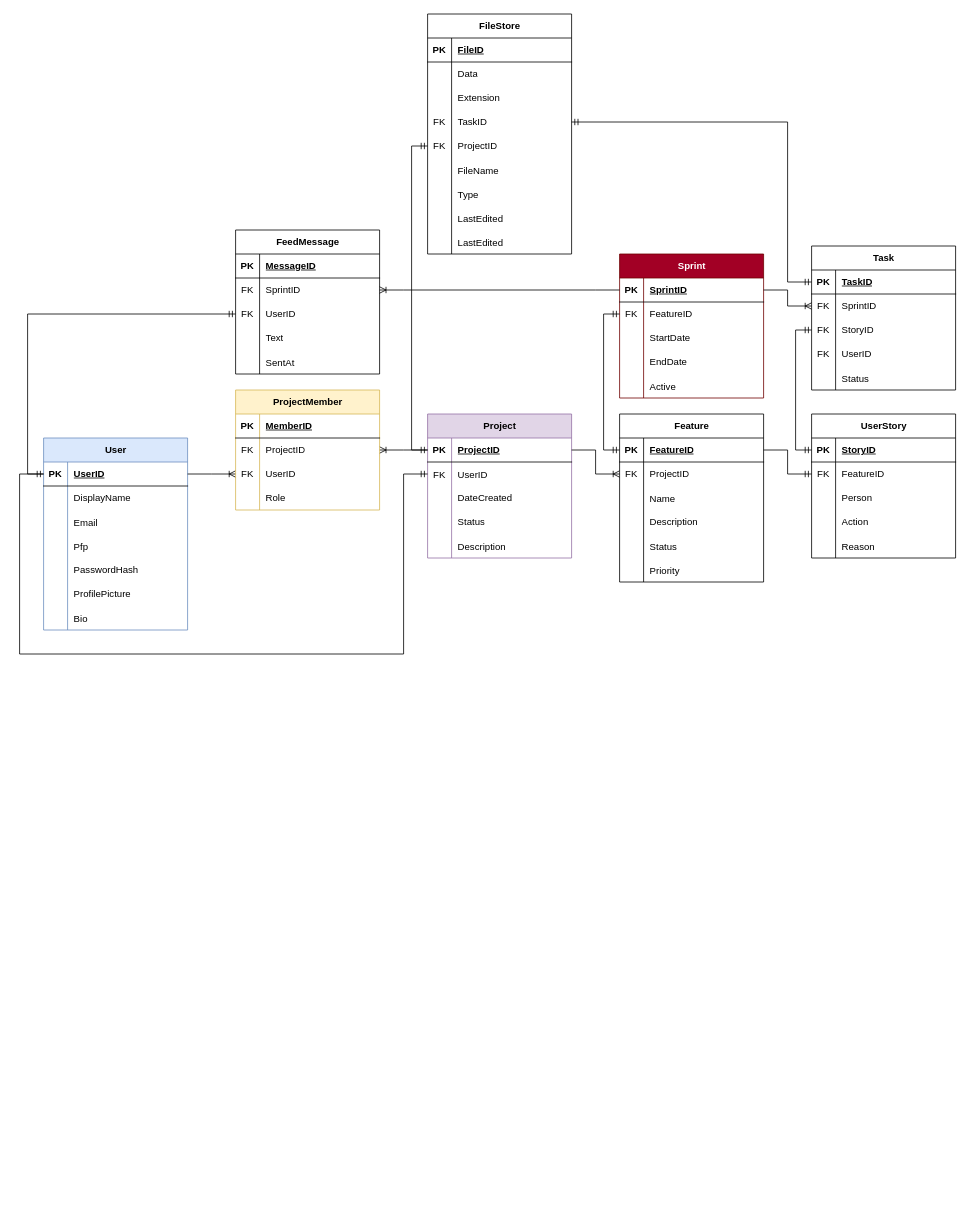
Above: ScrumManagementApp_ER_Diagram.drawio in JayrodHarv/DumbScrum (draw.io), before the change. Source tidied: cells renumbered, new cells numbered last; positions are measured from the earlier drawing's top-left corner, leaving out a move shared by most shapes. Both pictures are drawn from the tidied source at 80%, with x=0, y=0 at pixel (19, 14).
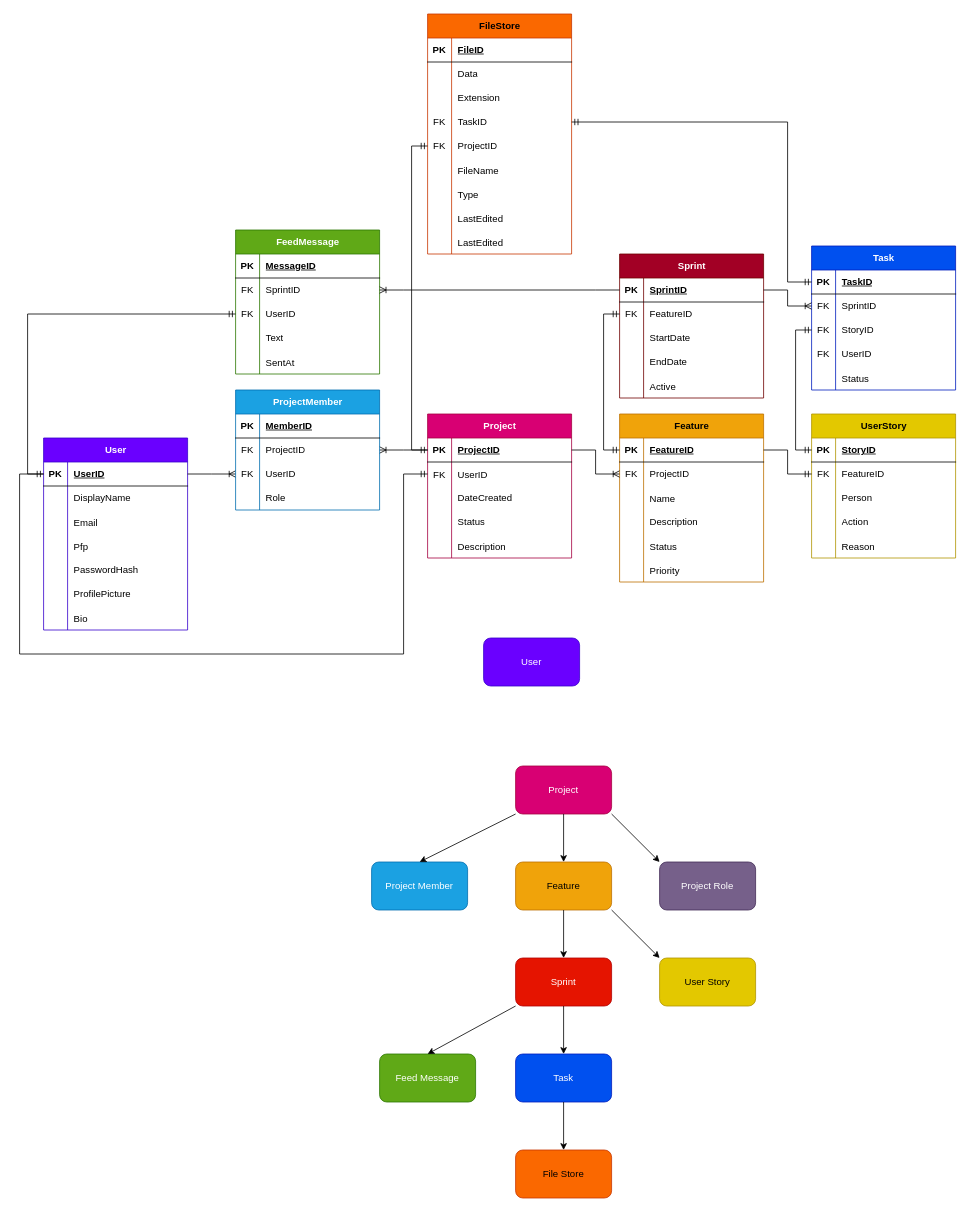
Above is the later version.

The edit, as a diff of the source:
```diff
@@
-    <mxCell id="2" value="User" style="shape=table;startSize=30;childLayout=tableLayout;rowLines=0;fontStyle=1;align=center;html=1;fillColor=#dae8fc;strokeColor=#6c8ebf;" parent="1" vertex="1">
+    <mxCell id="2" value="User" style="shape=table;startSize=30;childLayout=tableLayout;rowLines=0;fontStyle=1;align=center;html=1;fillColor=#6a00ff;strokeColor=#3700CC;fontColor=#ffffff;" parent="1" vertex="1">
       <mxGeometry x="30" y="530" width="180" height="240" as="geometry" />
     </mxCell>
@@
-    <mxCell id="24" value="Project" style="shape=table;startSize=30;childLayout=tableLayout;rowLines=0;fontStyle=1;align=center;html=1;fillColor=#e1d5e7;strokeColor=#9673a6;" parent="1" vertex="1">
+    <mxCell id="24" value="Project" style="shape=table;startSize=30;childLayout=tableLayout;rowLines=0;fontStyle=1;align=center;html=1;fillColor=#d80073;strokeColor=#A50040;fontColor=#ffffff;" parent="1" vertex="1">
       <mxGeometry x="510" y="500" width="180" height="180" as="geometry" />
     </mxCell>
@@
-    <mxCell id="58" value="ProjectMember" style="shape=table;startSize=30;childLayout=tableLayout;rowLines=0;fontStyle=1;align=center;html=1;fillColor=#fff2cc;strokeColor=#d6b656;" parent="1" vertex="1">
+    <mxCell id="58" value="ProjectMember" style="shape=table;startSize=30;childLayout=tableLayout;rowLines=0;fontStyle=1;align=center;html=1;fillColor=#1ba1e2;strokeColor=#006EAF;fontColor=#ffffff;" parent="1" vertex="1">
       <mxGeometry x="270" y="470" width="180" height="150" as="geometry" />
     </mxCell>
@@
-    <mxCell id="71" value="Task" style="shape=table;startSize=30;childLayout=tableLayout;rowLines=0;fontStyle=1;align=center;html=1;" parent="1" vertex="1">
+    <mxCell id="71" value="Task" style="shape=table;startSize=30;childLayout=tableLayout;rowLines=0;fontStyle=1;align=center;html=1;fillColor=#0050ef;strokeColor=#001DBC;fontColor=#ffffff;" parent="1" vertex="1">
       <mxGeometry x="990" y="290" width="180" height="180" as="geometry" />
     </mxCell>
@@
-    <mxCell id="87" value="Feature" style="shape=table;startSize=30;childLayout=tableLayout;rowLines=0;fontStyle=1;align=center;html=1;" parent="1" vertex="1">
+    <mxCell id="87" value="Feature" style="shape=table;startSize=30;childLayout=tableLayout;rowLines=0;fontStyle=1;align=center;html=1;fillColor=#f0a30a;fontColor=#000000;strokeColor=#BD7000;" parent="1" vertex="1">
       <mxGeometry x="750" y="500" width="180" height="210" as="geometry" />
     </mxCell>
@@
-    <mxCell id="106" value="FeedMessage" style="shape=table;startSize=30;childLayout=tableLayout;rowLines=0;fontStyle=1;align=center;html=1;" parent="1" vertex="1">
+    <mxCell id="106" value="FeedMessage" style="shape=table;startSize=30;childLayout=tableLayout;rowLines=0;fontStyle=1;align=center;html=1;fillColor=#60a917;fontColor=#ffffff;strokeColor=#2D7600;" parent="1" vertex="1">
       <mxGeometry x="270" y="270" width="180" height="180" as="geometry" />
     </mxCell>
@@
-    <mxCell id="122" value="UserStory" style="shape=table;startSize=30;childLayout=tableLayout;rowLines=0;fontStyle=1;align=center;html=1;" parent="1" vertex="1">
+    <mxCell id="122" value="UserStory" style="shape=table;startSize=30;childLayout=tableLayout;rowLines=0;fontStyle=1;align=center;html=1;fillColor=#e3c800;fontColor=#000000;strokeColor=#B09500;" parent="1" vertex="1">
       <mxGeometry x="990" y="500" width="180" height="180" as="geometry" />
     </mxCell>
@@
-    <mxCell id="138" value="FileStore" style="shape=table;startSize=30;childLayout=tableLayout;rowLines=0;fontStyle=1;align=center;html=1;" parent="1" vertex="1">
+    <mxCell id="138" value="FileStore" style="shape=table;startSize=30;childLayout=tableLayout;rowLines=0;fontStyle=1;align=center;html=1;fillColor=#fa6800;fontColor=#000000;strokeColor=#C73500;" parent="1" vertex="1">
       <mxGeometry x="510" width="180" height="300" as="geometry" />
     </mxCell>
@@
+    <mxCell id="176" value="User" style="rounded=1;whiteSpace=wrap;html=1;fillColor=#6a00ff;fontColor=#ffffff;strokeColor=#3700CC;" parent="1" vertex="1">
+      <mxGeometry x="580" y="780" width="120" height="60" as="geometry" />
+    </mxCell>
+    <mxCell id="177" value="Project" style="rounded=1;whiteSpace=wrap;html=1;fillColor=#d80073;fontColor=#ffffff;strokeColor=#A50040;" parent="1" vertex="1">
+      <mxGeometry x="620" y="940" width="120" height="60" as="geometry" />
+    </mxCell>
+    <mxCell id="178" value="Project Member" style="rounded=1;whiteSpace=wrap;html=1;fillColor=#1ba1e2;fontColor=#ffffff;strokeColor=#006EAF;" parent="1" vertex="1">
+      <mxGeometry x="440" y="1060" width="120" height="60" as="geometry" />
+    </mxCell>
+    <mxCell id="179" value="Feed Message" style="rounded=1;whiteSpace=wrap;html=1;fillColor=#60a917;fontColor=#ffffff;strokeColor=#2D7600;" parent="1" vertex="1">
+      <mxGeometry x="450" y="1300" width="120" height="60" as="geometry" />
+    </mxCell>
+    <mxCell id="180" value="Feature" style="rounded=1;whiteSpace=wrap;html=1;fillColor=#f0a30a;fontColor=#000000;strokeColor=#BD7000;" parent="1" vertex="1">
+      <mxGeometry x="620" y="1060" width="120" height="60" as="geometry" />
+    </mxCell>
+    <mxCell id="181" value="Sprint" style="rounded=1;whiteSpace=wrap;html=1;fillColor=#e51400;fontColor=#ffffff;strokeColor=#B20000;" parent="1" vertex="1">
+      <mxGeometry x="620" y="1180" width="120" height="60" as="geometry" />
+    </mxCell>
+    <mxCell id="182" style="endArrow=classic;html=1;rounded=0;exitX=0.5;exitY=1;exitDx=0;exitDy=0;entryX=0.5;entryY=0;entryDx=0;entryDy=0;" parent="1" edge="1" source="177" target="180">
+      <mxGeometry relative="1" as="geometry" />
+    </mxCell>
+    <mxCell id="183" style="endArrow=classic;html=1;rounded=0;exitX=0;exitY=1;exitDx=0;exitDy=0;entryX=0.5;entryY=0;entryDx=0;entryDy=0;" parent="1" edge="1" source="177" target="178">
+      <mxGeometry relative="1" as="geometry" />
+    </mxCell>
+    <mxCell id="184" style="endArrow=classic;html=1;rounded=0;exitX=0.5;exitY=1;exitDx=0;exitDy=0;entryX=0.5;entryY=0;entryDx=0;entryDy=0;" parent="1" edge="1" source="180" target="181">
+      <mxGeometry relative="1" as="geometry" />
+    </mxCell>
+    <mxCell id="185" value="User Story" style="rounded=1;whiteSpace=wrap;html=1;fillColor=#e3c800;fontColor=#000000;strokeColor=#B09500;" parent="1" vertex="1">
+      <mxGeometry x="800" y="1180" width="120" height="60" as="geometry" />
+    </mxCell>
+    <mxCell id="186" style="endArrow=classic;html=1;rounded=0;exitX=1;exitY=1;exitDx=0;exitDy=0;entryX=0;entryY=0;entryDx=0;entryDy=0;" parent="1" edge="1" source="180" target="185">
+      <mxGeometry relative="1" as="geometry" />
+    </mxCell>
+    <mxCell id="187" value="Task" style="rounded=1;whiteSpace=wrap;html=1;fillColor=#0050ef;fontColor=#ffffff;strokeColor=#001DBC;" parent="1" vertex="1">
+      <mxGeometry x="620" y="1300" width="120" height="60" as="geometry" />
+    </mxCell>
+    <mxCell id="188" style="endArrow=classic;html=1;rounded=0;entryX=0.5;entryY=0;entryDx=0;entryDy=0;exitX=0.5;exitY=1;exitDx=0;exitDy=0;" parent="1" edge="1" source="181" target="187">
+      <mxGeometry relative="1" as="geometry" />
+    </mxCell>
+    <mxCell id="189" value="File Store" style="rounded=1;whiteSpace=wrap;html=1;fillColor=#fa6800;fontColor=#000000;strokeColor=#C73500;" parent="1" vertex="1">
+      <mxGeometry x="620" y="1420" width="120" height="60" as="geometry" />
+    </mxCell>
+    <mxCell id="190" style="endArrow=classic;html=1;rounded=0;exitX=0.5;exitY=1;exitDx=0;exitDy=0;entryX=0.5;entryY=0;entryDx=0;entryDy=0;" parent="1" edge="1" source="187" target="189">
+      <mxGeometry relative="1" as="geometry" />
+    </mxCell>
+    <mxCell id="191" style="endArrow=classic;html=1;rounded=0;entryX=0.5;entryY=0;entryDx=0;entryDy=0;exitX=0;exitY=1;exitDx=0;exitDy=0;" parent="1" edge="1" source="181" target="179">
+      <mxGeometry relative="1" as="geometry" />
+    </mxCell>
+    <mxCell id="192" value="Project Role" style="rounded=1;whiteSpace=wrap;html=1;fillColor=#76608a;fontColor=#ffffff;strokeColor=#432D57;" parent="1" vertex="1">
+      <mxGeometry x="800" y="1060" width="120" height="60" as="geometry" />
+    </mxCell>
+    <mxCell id="193" style="endArrow=classic;html=1;rounded=0;exitX=1;exitY=1;exitDx=0;exitDy=0;entryX=0;entryY=0;entryDx=0;entryDy=0;" parent="1" edge="1" source="177" target="192">
+      <mxGeometry relative="1" as="geometry" />
+    </mxCell>
```
